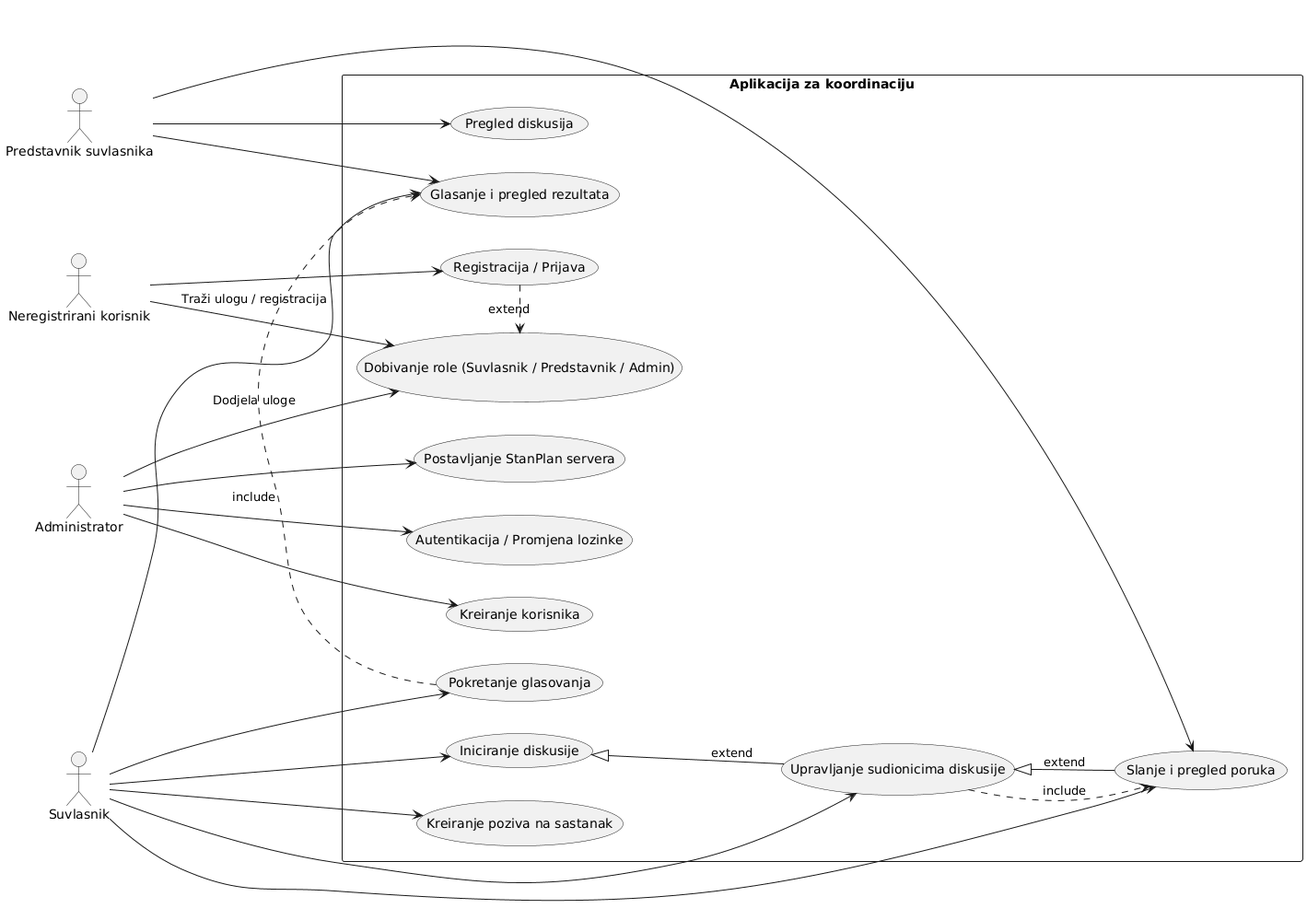
Above: images/usecase_uml_stanblog.png in stanari123/progiProjekt (PlantUML), before the change.
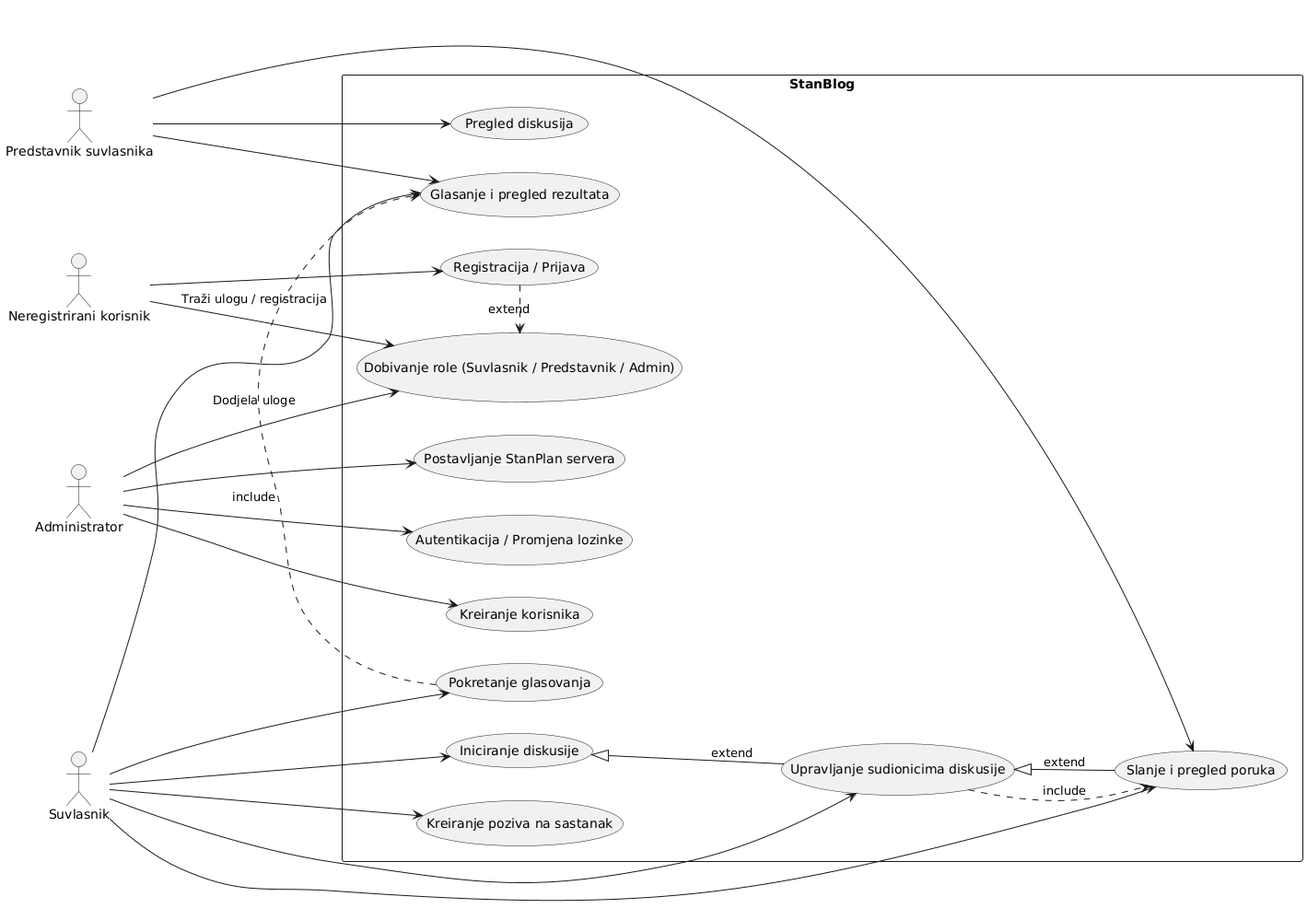
The same file after the commit.

Change to the diagram source:
```diff
@@ -7,7 +7,7 @@
 actor "Predstavnik suvlasnika" as Representative
 actor "Suvlasnik" as Owner
 
-package "Aplikacija za koordinaciju" {
+package "StanBlog" {
 
   usecase "Registracija / Prijava" as UC0
   usecase "Kreiranje korisnika" as UC1
```
